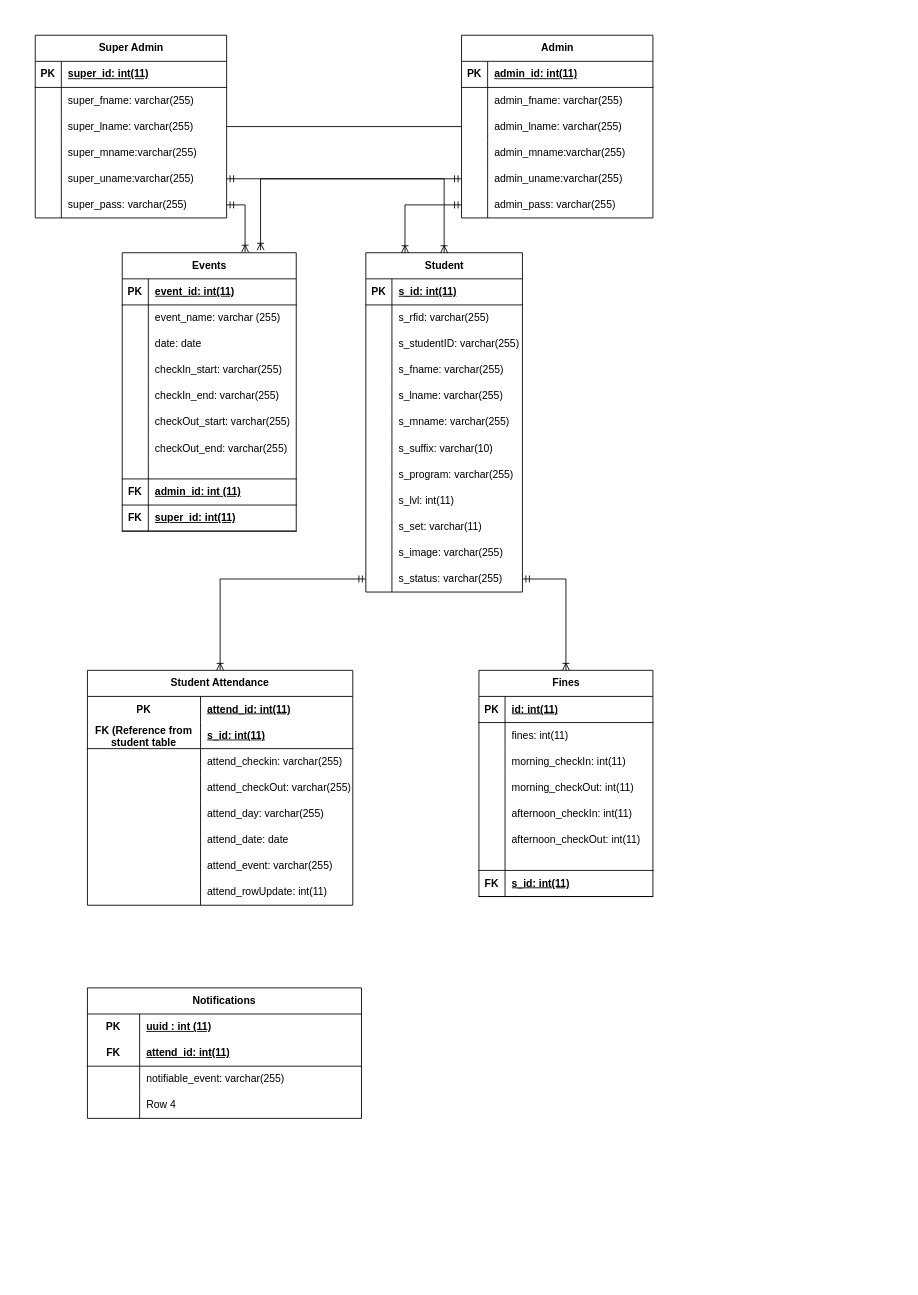
panzerweb/database_repo keeps this draw.io diagram as Attendance_System_ERD.drawio. Above is the earlier version. Source tidied: cells renumbered, new cells numbered last; positions are measured from the earlier drawing's top-left corner, leaving out a move shared by most shapes. Both pictures are drawn from the tidied source at 87%, with x=0, y=0 at pixel (35, 35).
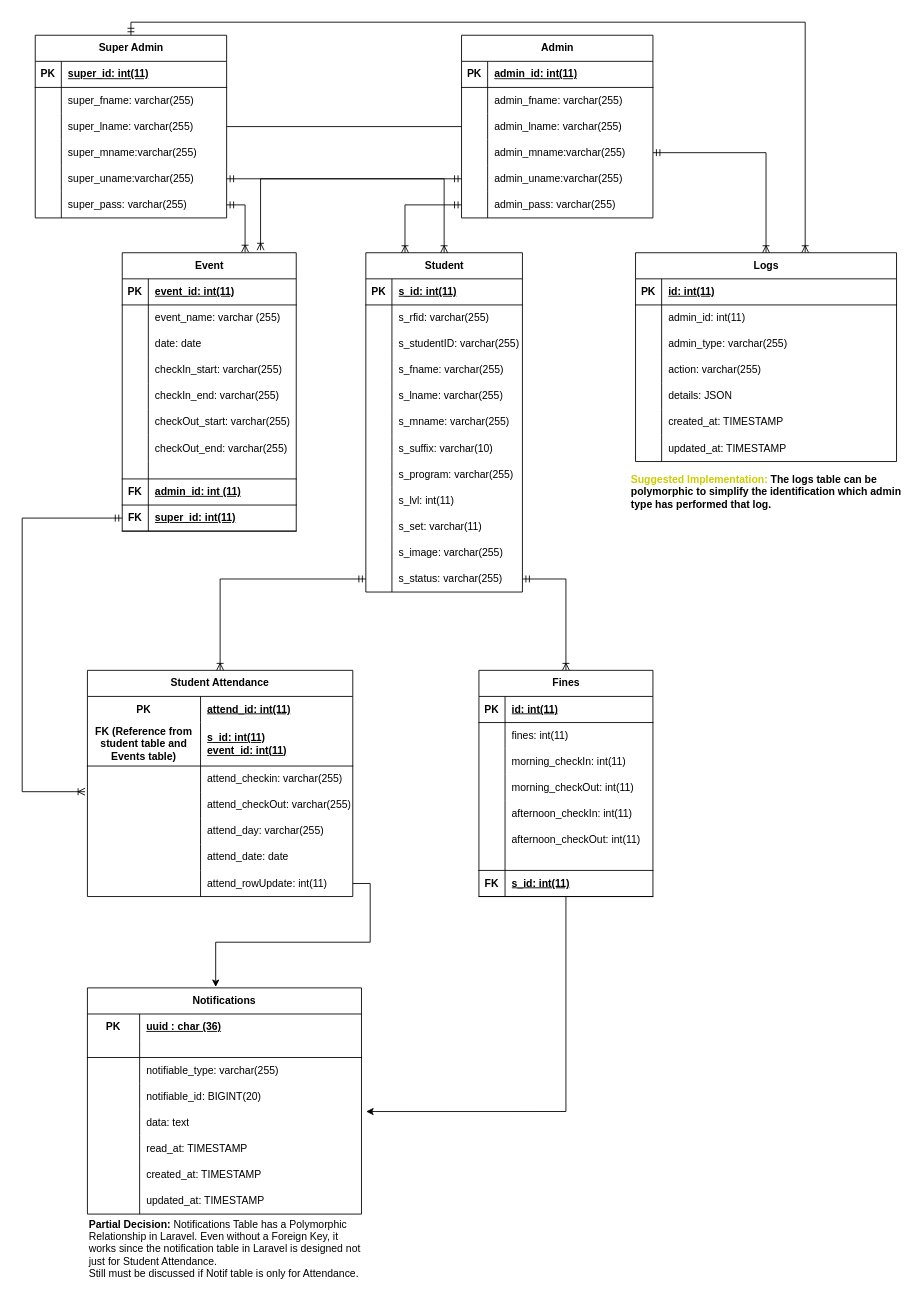
After the change.

The change refers to these unchanged cells:
```xml
<mxCell id="3" value="Super Admin" style="shape=table;startSize=30;childLayout=tableLayout;rowLines=0;fontStyle=1;align=center;html=1;" parent="1" vertex="1">
  <mxGeometry width="220" height="210" as="geometry" />
</mxCell>
<mxCell id="84" value="Fines" style="shape=table;startSize=30;childLayout=tableLayout;rowLines=0;fontStyle=1;align=center;html=1;" parent="1" vertex="1">
  <mxGeometry x="510" y="730" width="200" height="260" as="geometry" />
</mxCell>
<mxCell id="119" style="shape=tableRow;horizontal=0;startSize=0;swimlaneHead=0;swimlaneBody=0;fillColor=none;points=[[0,0.5],[1,0.5]];portConstraint=eastwest;top=0;left=0;right=0;bottom=0;" parent="109" vertex="1">
  <mxGeometry y="120" width="220" height="30" as="geometry" />
</mxCell>
<mxCell id="156" style="shape=tableRow;horizontal=0;startSize=0;swimlaneHead=0;swimlaneBody=0;fillColor=none;points=[[0,0.5],[1,0.5]];portConstraint=eastwest;top=0;left=0;right=0;bottom=1;" parent="128" vertex="1">
  <mxGeometry y="290" width="200" height="30" as="geometry" />
</mxCell>
<mxCell id="166" style="shape=tableRow;horizontal=0;startSize=0;swimlaneHead=0;swimlaneBody=0;fillColor=none;top=0;left=0;right=0;bottom=0;html=1;" parent="165" vertex="1">
  <mxGeometry y="30" width="315" height="30" as="geometry" />
</mxCell>
```

The edit, as a diff of the source:
```diff
@@
+    <mxCell id="178" style="edgeStyle=orthogonalEdgeStyle;rounded=0;jettySize=auto;html=1;startArrow=ERmandOne;startFill=0;endArrow=ERoneToMany;endFill=0;" parent="1" edge="1" source="3" target="193">
+      <mxGeometry relative="1" as="geometry">
+        <Array as="points">
+          <mxPoint x="110" y="-15" />
+          <mxPoint x="885" y="-15" />
+        </Array>
+      </mxGeometry>
+    </mxCell>
@@
     <mxCell id="59" value="Student Attendance" style="shape=table;startSize=30;childLayout=tableLayout;rowLines=0;fontStyle=1;align=center;html=1;whiteSpace=wrap;" parent="1" vertex="1">
-      <mxGeometry x="60" y="730" width="305" height="270" as="geometry" />
+      <mxGeometry x="60" y="730" width="305" height="260" as="geometry" />
     </mxCell>
@@
     <mxCell id="63" style="shape=tableRow;horizontal=0;startSize=0;swimlaneHead=0;swimlaneBody=0;fillColor=none;top=0;left=0;right=0;bottom=1;html=1;" parent="59" vertex="1">
-      <mxGeometry y="60" width="305" height="30" as="geometry" />
+      <mxGeometry y="60" width="305" height="50" as="geometry" />
     </mxCell>
-    <mxCell id="64" value="FK (Reference from student table" style="shape=partialRectangle;fillColor=none;top=0;left=0;bottom=0;right=0;fontStyle=1;overflow=hidden;html=1;whiteSpace=wrap;" parent="63" vertex="1">
-      <mxGeometry width="130" height="30" as="geometry" />
+    <mxCell id="64" value="FK (Reference from student table and Events table)" style="shape=partialRectangle;fillColor=none;top=0;left=0;bottom=0;right=0;fontStyle=1;overflow=hidden;html=1;whiteSpace=wrap;" parent="63" vertex="1">
+      <mxGeometry width="130" height="50" as="geometry" />
     </mxCell>
-    <mxCell id="65" value="s_id: int(11)" style="shape=partialRectangle;fillColor=none;top=0;left=0;bottom=0;right=0;align=left;spacingLeft=6;fontStyle=5;overflow=hidden;html=1;whiteSpace=wrap;" parent="63" vertex="1">
-      <mxGeometry x="130" width="175" height="30" as="geometry" />
+    <mxCell id="65" value="s_id: int(11)&lt;div&gt;event_id: int(11)&lt;/div&gt;" style="shape=partialRectangle;fillColor=none;top=0;left=0;bottom=0;right=0;align=left;spacingLeft=6;fontStyle=5;overflow=hidden;html=1;whiteSpace=wrap;" parent="63" vertex="1">
+      <mxGeometry x="130" width="175" height="50" as="geometry" />
     </mxCell>
     <mxCell id="66" style="shape=tableRow;horizontal=0;startSize=0;swimlaneHead=0;swimlaneBody=0;fillColor=none;top=0;left=0;right=0;bottom=0;html=1;" parent="59" vertex="1">
-      <mxGeometry y="90" width="305" height="30" as="geometry" />
+      <mxGeometry y="110" width="305" height="30" as="geometry" />
     </mxCell>
@@
     <mxCell id="69" style="shape=tableRow;horizontal=0;startSize=0;swimlaneHead=0;swimlaneBody=0;fillColor=none;points=[[0,0.5],[1,0.5]];portConstraint=eastwest;top=0;left=0;right=0;bottom=0;html=1;" parent="59" vertex="1">
-      <mxGeometry y="120" width="305" height="30" as="geometry" />
+      <mxGeometry y="140" width="305" height="30" as="geometry" />
     </mxCell>
@@
     <mxCell id="72" style="shape=tableRow;horizontal=0;startSize=0;swimlaneHead=0;swimlaneBody=0;fillColor=none;top=0;left=0;right=0;bottom=0;html=1;" parent="59" vertex="1">
-      <mxGeometry y="150" width="305" height="30" as="geometry" />
+      <mxGeometry y="170" width="305" height="30" as="geometry" />
     </mxCell>
@@
     <mxCell id="75" style="shape=tableRow;horizontal=0;startSize=0;swimlaneHead=0;swimlaneBody=0;fillColor=none;top=0;left=0;right=0;bottom=0;html=1;" parent="59" vertex="1">
-      <mxGeometry y="180" width="305" height="30" as="geometry" />
+      <mxGeometry y="200" width="305" height="30" as="geometry" />
     </mxCell>
@@
-    <mxCell id="78" style="shape=tableRow;horizontal=0;startSize=0;swimlaneHead=0;swimlaneBody=0;fillColor=none;top=0;left=0;right=0;bottom=0;html=1;" parent="59" vertex="1">
-      <mxGeometry y="210" width="305" height="30" as="geometry" />
-    </mxCell>
-    <mxCell id="79" style="shape=partialRectangle;fillColor=none;top=0;left=0;bottom=0;right=0;overflow=hidden;html=1;whiteSpace=wrap;" parent="78" vertex="1">
-      <mxGeometry width="130" height="30" as="geometry" />
-    </mxCell>
-    <mxCell id="80" value="attend_event: varchar(255)" style="shape=partialRectangle;fillColor=none;top=0;left=0;bottom=0;right=0;align=left;spacingLeft=6;overflow=hidden;html=1;whiteSpace=wrap;" parent="78" vertex="1">
-      <mxGeometry x="130" width="175" height="30" as="geometry" />
-    </mxCell>
     <mxCell id="81" style="shape=tableRow;horizontal=0;startSize=0;swimlaneHead=0;swimlaneBody=0;fillColor=none;points=[[0,0.5],[1,0.5]];portConstraint=eastwest;top=0;left=0;right=0;bottom=0;html=1;" parent="59" vertex="1">
-      <mxGeometry y="240" width="305" height="30" as="geometry" />
+      <mxGeometry y="230" width="305" height="30" as="geometry" />
     </mxCell>
@@
-    <mxCell id="128" value="Events" style="shape=table;startSize=30;childLayout=tableLayout;rowLines=0;fontStyle=1;align=center;html=1;" parent="1" vertex="1">
+    <mxCell id="128" value="Event" style="shape=table;startSize=30;childLayout=tableLayout;rowLines=0;fontStyle=1;align=center;html=1;" parent="1" vertex="1">
       <mxGeometry x="100" y="250" width="200" height="320" as="geometry" />
     </mxCell>
@@
     <mxCell id="165" value="Notifications" style="shape=table;startSize=30;childLayout=tableLayout;rowLines=0;fontStyle=1;align=center;html=1;whiteSpace=wrap;" parent="1" vertex="1">
-      <mxGeometry x="60" y="1095" width="315" height="150" as="geometry" />
+      <mxGeometry x="60" y="1095" width="315" height="260" as="geometry" />
     </mxCell>
@@
-    <mxCell id="168" value="uuid : int (11)" style="shape=partialRectangle;fillColor=none;top=0;left=0;bottom=0;right=0;align=left;spacingLeft=6;fontStyle=5;overflow=hidden;html=1;whiteSpace=wrap;" parent="166" vertex="1">
+    <mxCell id="168" value="uuid : char (36)" style="shape=partialRectangle;fillColor=none;top=0;left=0;bottom=0;right=0;align=left;spacingLeft=6;fontStyle=5;overflow=hidden;html=1;whiteSpace=wrap;" parent="166" vertex="1">
       <mxGeometry x="60" width="255" height="30" as="geometry" />
     </mxCell>
     <mxCell id="169" style="shape=tableRow;horizontal=0;startSize=0;swimlaneHead=0;swimlaneBody=0;fillColor=none;top=0;left=0;right=0;bottom=1;html=1;" parent="165" vertex="1">
-      <mxGeometry y="60" width="315" height="30" as="geometry" />
+      <mxGeometry y="60" width="315" height="20" as="geometry" />
     </mxCell>
-    <mxCell id="170" value="FK" style="shape=partialRectangle;fillColor=none;top=0;left=0;bottom=0;right=0;fontStyle=1;overflow=hidden;html=1;whiteSpace=wrap;" parent="169" vertex="1">
-      <mxGeometry width="60" height="30" as="geometry" />
+    <mxCell id="170" style="shape=partialRectangle;fillColor=none;top=0;left=0;bottom=0;right=0;fontStyle=1;overflow=hidden;html=1;whiteSpace=wrap;" parent="169" vertex="1">
+      <mxGeometry width="60" height="20" as="geometry" />
     </mxCell>
-    <mxCell id="171" value="attend_id: int(11)" style="shape=partialRectangle;fillColor=none;top=0;left=0;bottom=0;right=0;align=left;spacingLeft=6;fontStyle=5;overflow=hidden;html=1;whiteSpace=wrap;" parent="169" vertex="1">
-      <mxGeometry x="60" width="255" height="30" as="geometry" />
+    <mxCell id="171" style="shape=partialRectangle;fillColor=none;top=0;left=0;bottom=0;right=0;align=left;spacingLeft=6;fontStyle=5;overflow=hidden;html=1;whiteSpace=wrap;" parent="169" vertex="1">
+      <mxGeometry x="60" width="255" height="20" as="geometry" />
     </mxCell>
     <mxCell id="172" style="shape=tableRow;horizontal=0;startSize=0;swimlaneHead=0;swimlaneBody=0;fillColor=none;top=0;left=0;right=0;bottom=0;html=1;" parent="165" vertex="1">
-      <mxGeometry y="90" width="315" height="30" as="geometry" />
+      <mxGeometry y="80" width="315" height="30" as="geometry" />
     </mxCell>
@@
-    <mxCell id="174" value="notifiable_event: varchar(255)" style="shape=partialRectangle;fillColor=none;top=0;left=0;bottom=0;right=0;align=left;spacingLeft=6;overflow=hidden;html=1;whiteSpace=wrap;" parent="172" vertex="1">
+    <mxCell id="174" value="notifiable_type: varchar(255)" style="shape=partialRectangle;fillColor=none;top=0;left=0;bottom=0;right=0;align=left;spacingLeft=6;overflow=hidden;html=1;whiteSpace=wrap;" parent="172" vertex="1">
       <mxGeometry x="60" width="255" height="30" as="geometry" />
     </mxCell>
     <mxCell id="175" style="shape=tableRow;horizontal=0;startSize=0;swimlaneHead=0;swimlaneBody=0;fillColor=none;top=0;left=0;right=0;bottom=0;html=1;" parent="165" vertex="1">
-      <mxGeometry y="120" width="315" height="30" as="geometry" />
+      <mxGeometry y="110" width="315" height="30" as="geometry" />
     </mxCell>
@@
-    <mxCell id="177" value="Row 4" style="shape=partialRectangle;fillColor=none;top=0;left=0;bottom=0;right=0;align=left;spacingLeft=6;overflow=hidden;html=1;whiteSpace=wrap;" parent="175" vertex="1">
+    <mxCell id="177" value="notifiable_id: BIGINT(20)" style="shape=partialRectangle;fillColor=none;top=0;left=0;bottom=0;right=0;align=left;spacingLeft=6;overflow=hidden;html=1;whiteSpace=wrap;" parent="175" vertex="1">
       <mxGeometry x="60" width="255" height="30" as="geometry" />
     </mxCell>
+    <mxCell id="179" style="shape=tableRow;horizontal=0;startSize=0;swimlaneHead=0;swimlaneBody=0;fillColor=none;points=[[0,0.5],[1,0.5]];portConstraint=eastwest;top=0;left=0;right=0;bottom=0;html=1;" parent="165" vertex="1">
+      <mxGeometry y="140" width="315" height="30" as="geometry" />
+    </mxCell>
+    <mxCell id="180" style="shape=partialRectangle;fillColor=none;top=0;left=0;bottom=0;right=0;overflow=hidden;html=1;whiteSpace=wrap;" parent="179" vertex="1">
+      <mxGeometry width="60" height="30" as="geometry" />
+    </mxCell>
+    <mxCell id="181" value="data: text" style="shape=partialRectangle;fillColor=none;top=0;left=0;bottom=0;right=0;align=left;spacingLeft=6;overflow=hidden;html=1;whiteSpace=wrap;" parent="179" vertex="1">
+      <mxGeometry x="60" width="255" height="30" as="geometry" />
+    </mxCell>
+    <mxCell id="182" style="shape=tableRow;horizontal=0;startSize=0;swimlaneHead=0;swimlaneBody=0;fillColor=none;top=0;left=0;right=0;bottom=0;html=1;" parent="165" vertex="1">
+      <mxGeometry y="170" width="315" height="30" as="geometry" />
+    </mxCell>
+    <mxCell id="183" style="shape=partialRectangle;fillColor=none;top=0;left=0;bottom=0;right=0;overflow=hidden;html=1;whiteSpace=wrap;" parent="182" vertex="1">
+      <mxGeometry width="60" height="30" as="geometry" />
+    </mxCell>
+    <mxCell id="184" value="read_at: TIMESTAMP" style="shape=partialRectangle;fillColor=none;top=0;left=0;bottom=0;right=0;align=left;spacingLeft=6;overflow=hidden;html=1;whiteSpace=wrap;" parent="182" vertex="1">
+      <mxGeometry x="60" width="255" height="30" as="geometry" />
+    </mxCell>
+    <mxCell id="185" style="shape=tableRow;horizontal=0;startSize=0;swimlaneHead=0;swimlaneBody=0;fillColor=none;top=0;left=0;right=0;bottom=0;html=1;" parent="165" vertex="1">
+      <mxGeometry y="200" width="315" height="30" as="geometry" />
+    </mxCell>
+    <mxCell id="186" style="shape=partialRectangle;fillColor=none;top=0;left=0;bottom=0;right=0;overflow=hidden;html=1;whiteSpace=wrap;" parent="185" vertex="1">
+      <mxGeometry width="60" height="30" as="geometry" />
+    </mxCell>
+    <mxCell id="187" value="created_at: TIMESTAMP" style="shape=partialRectangle;fillColor=none;top=0;left=0;bottom=0;right=0;align=left;spacingLeft=6;overflow=hidden;html=1;whiteSpace=wrap;" parent="185" vertex="1">
+      <mxGeometry x="60" width="255" height="30" as="geometry" />
+    </mxCell>
+    <mxCell id="188" style="shape=tableRow;horizontal=0;startSize=0;swimlaneHead=0;swimlaneBody=0;fillColor=none;top=0;left=0;right=0;bottom=0;html=1;" parent="165" vertex="1">
+      <mxGeometry y="230" width="315" height="30" as="geometry" />
+    </mxCell>
+    <mxCell id="189" style="shape=partialRectangle;fillColor=none;top=0;left=0;bottom=0;right=0;overflow=hidden;html=1;whiteSpace=wrap;" parent="188" vertex="1">
+      <mxGeometry width="60" height="30" as="geometry" />
+    </mxCell>
+    <mxCell id="190" value="updated_at: TIMESTAMP" style="shape=partialRectangle;fillColor=none;top=0;left=0;bottom=0;right=0;align=left;spacingLeft=6;overflow=hidden;html=1;whiteSpace=wrap;" parent="188" vertex="1">
+      <mxGeometry x="60" width="255" height="30" as="geometry" />
+    </mxCell>
+    <mxCell id="191" style="edgeStyle=orthogonalEdgeStyle;rounded=0;jettySize=auto;html=1;entryX=0.468;entryY=-0.004;entryDx=0;entryDy=0;entryPerimeter=0;" parent="1" edge="1" source="81" target="165">
+      <mxGeometry relative="1" as="geometry" />
+    </mxCell>
+    <mxCell id="192" value="&lt;b&gt;&lt;font style=&quot;color: light-dark(rgb(0, 0, 0), rgb(204, 204, 0));&quot;&gt;Partial Decision:&lt;/font&gt;&lt;/b&gt; Notifications Table has a Polymorphic Relationship in Laravel. Even without a Foreign Key, it works since the notification table in Laravel is designed not just for Student Attendance.&lt;div&gt;Still must be discussed if Notif table is only for Attendance.&lt;/div&gt;" style="text;strokeColor=none;align=left;fillColor=none;html=1;verticalAlign=middle;whiteSpace=wrap;rounded=0;" parent="1" vertex="1">
+      <mxGeometry x="60" y="1365" width="315" height="60" as="geometry" />
+    </mxCell>
+    <mxCell id="193" value="Logs" style="shape=table;startSize=30;childLayout=tableLayout;rowLines=0;fontStyle=1;align=center;html=1;" parent="1" vertex="1">
+      <mxGeometry x="690" y="250" width="300" height="240" as="geometry" />
+    </mxCell>
+    <mxCell id="194" style="shape=tableRow;horizontal=0;startSize=0;swimlaneHead=0;swimlaneBody=0;fillColor=none;top=0;left=0;right=0;bottom=1;" parent="193" vertex="1">
+      <mxGeometry y="30" width="300" height="30" as="geometry" />
+    </mxCell>
+    <mxCell id="195" value="PK" style="shape=partialRectangle;fillColor=none;top=0;left=0;bottom=0;right=0;fontStyle=1;overflow=hidden;whiteSpace=wrap;html=1;" parent="194" vertex="1">
+      <mxGeometry width="30" height="30" as="geometry" />
+    </mxCell>
+    <mxCell id="196" value="id: int(11)" style="shape=partialRectangle;fillColor=none;top=0;left=0;bottom=0;right=0;align=left;spacingLeft=6;fontStyle=5;overflow=hidden;whiteSpace=wrap;html=1;" parent="194" vertex="1">
+      <mxGeometry x="30" width="270" height="30" as="geometry" />
+    </mxCell>
+    <mxCell id="197" style="shape=tableRow;horizontal=0;startSize=0;swimlaneHead=0;swimlaneBody=0;fillColor=none;top=0;left=0;right=0;bottom=0;" parent="193" vertex="1">
+      <mxGeometry y="60" width="300" height="30" as="geometry" />
+    </mxCell>
+    <mxCell id="198" style="shape=partialRectangle;fillColor=none;top=0;left=0;bottom=0;right=0;overflow=hidden;whiteSpace=wrap;html=1;" parent="197" vertex="1">
+      <mxGeometry width="30" height="30" as="geometry" />
+    </mxCell>
+    <mxCell id="199" value="admin_id: int(11)" style="shape=partialRectangle;fillColor=none;top=0;left=0;bottom=0;right=0;align=left;spacingLeft=6;overflow=hidden;whiteSpace=wrap;html=1;" parent="197" vertex="1">
+      <mxGeometry x="30" width="270" height="30" as="geometry" />
+    </mxCell>
+    <mxCell id="200" style="shape=tableRow;horizontal=0;startSize=0;swimlaneHead=0;swimlaneBody=0;fillColor=none;top=0;left=0;right=0;bottom=0;" parent="193" vertex="1">
+      <mxGeometry y="90" width="300" height="30" as="geometry" />
+    </mxCell>
+    <mxCell id="201" style="shape=partialRectangle;fillColor=none;top=0;left=0;bottom=0;right=0;overflow=hidden;whiteSpace=wrap;html=1;" parent="200" vertex="1">
+      <mxGeometry width="30" height="30" as="geometry" />
+    </mxCell>
+    <mxCell id="202" value="admin_type: varchar(255)" style="shape=partialRectangle;fillColor=none;top=0;left=0;bottom=0;right=0;align=left;spacingLeft=6;overflow=hidden;whiteSpace=wrap;html=1;" parent="200" vertex="1">
+      <mxGeometry x="30" width="270" height="30" as="geometry" />
+    </mxCell>
+    <mxCell id="203" style="shape=tableRow;horizontal=0;startSize=0;swimlaneHead=0;swimlaneBody=0;fillColor=none;top=0;left=0;right=0;bottom=0;" parent="193" vertex="1">
+      <mxGeometry y="120" width="300" height="30" as="geometry" />
+    </mxCell>
+    <mxCell id="204" style="shape=partialRectangle;fillColor=none;top=0;left=0;bottom=0;right=0;overflow=hidden;whiteSpace=wrap;html=1;" parent="203" vertex="1">
+      <mxGeometry width="30" height="30" as="geometry" />
+    </mxCell>
+    <mxCell id="205" value="action: varchar(255)" style="shape=partialRectangle;fillColor=none;top=0;left=0;bottom=0;right=0;align=left;spacingLeft=6;overflow=hidden;whiteSpace=wrap;html=1;" parent="203" vertex="1">
+      <mxGeometry x="30" width="270" height="30" as="geometry" />
+    </mxCell>
+    <mxCell id="206" style="shape=tableRow;horizontal=0;startSize=0;swimlaneHead=0;swimlaneBody=0;fillColor=none;top=0;left=0;right=0;bottom=0;" parent="193" vertex="1">
+      <mxGeometry y="150" width="300" height="30" as="geometry" />
+    </mxCell>
+    <mxCell id="207" style="shape=partialRectangle;fillColor=none;top=0;left=0;bottom=0;right=0;overflow=hidden;whiteSpace=wrap;html=1;" parent="206" vertex="1">
+      <mxGeometry width="30" height="30" as="geometry" />
+    </mxCell>
+    <mxCell id="208" value="details: JSON" style="shape=partialRectangle;fillColor=none;top=0;left=0;bottom=0;right=0;align=left;spacingLeft=6;overflow=hidden;whiteSpace=wrap;html=1;" parent="206" vertex="1">
+      <mxGeometry x="30" width="270" height="30" as="geometry" />
+    </mxCell>
+    <mxCell id="209" style="shape=tableRow;horizontal=0;startSize=0;swimlaneHead=0;swimlaneBody=0;fillColor=none;top=0;left=0;right=0;bottom=0;" parent="193" vertex="1">
+      <mxGeometry y="180" width="300" height="30" as="geometry" />
+    </mxCell>
+    <mxCell id="210" style="shape=partialRectangle;fillColor=none;top=0;left=0;bottom=0;right=0;overflow=hidden;whiteSpace=wrap;html=1;" parent="209" vertex="1">
+      <mxGeometry width="30" height="30" as="geometry" />
+    </mxCell>
+    <mxCell id="211" value="created_at: TIMESTAMP" style="shape=partialRectangle;fillColor=none;top=0;left=0;bottom=0;right=0;align=left;spacingLeft=6;overflow=hidden;whiteSpace=wrap;html=1;" parent="209" vertex="1">
+      <mxGeometry x="30" width="270" height="30" as="geometry" />
+    </mxCell>
+    <mxCell id="212" style="shape=tableRow;horizontal=0;startSize=0;swimlaneHead=0;swimlaneBody=0;fillColor=none;top=0;left=0;right=0;bottom=0;" parent="193" vertex="1">
+      <mxGeometry y="210" width="300" height="30" as="geometry" />
+    </mxCell>
+    <mxCell id="213" style="shape=partialRectangle;fillColor=none;top=0;left=0;bottom=0;right=0;overflow=hidden;whiteSpace=wrap;html=1;" parent="212" vertex="1">
+      <mxGeometry width="30" height="30" as="geometry" />
+    </mxCell>
+    <mxCell id="214" value="updated_at: TIMESTAMP" style="shape=partialRectangle;fillColor=none;top=0;left=0;bottom=0;right=0;align=left;spacingLeft=6;overflow=hidden;whiteSpace=wrap;html=1;" parent="212" vertex="1">
+      <mxGeometry x="30" width="270" height="30" as="geometry" />
+    </mxCell>
+    <mxCell id="215" style="edgeStyle=orthogonalEdgeStyle;rounded=0;jettySize=auto;html=1;entryX=0.5;entryY=0;entryDx=0;entryDy=0;startArrow=ERmandOne;startFill=0;endArrow=ERoneToMany;endFill=0;" parent="1" edge="1" source="119" target="193">
+      <mxGeometry relative="1" as="geometry" />
+    </mxCell>
+    <mxCell id="216" style="edgeStyle=orthogonalEdgeStyle;rounded=0;jettySize=auto;html=1;entryX=1.017;entryY=0.071;entryDx=0;entryDy=0;entryPerimeter=0;" parent="1" edge="1" source="84" target="179">
+      <mxGeometry relative="1" as="geometry" />
+    </mxCell>
+    <mxCell id="217" value="&lt;font style=&quot;font-weight: bold; color: light-dark(rgb(204, 204, 0), rgb(204, 204, 0));&quot;&gt;Suggested Implementation:&lt;/font&gt;&lt;font style=&quot;font-weight: bold;&quot; color=&quot;#cccc00&quot;&gt; &lt;/font&gt;&lt;font style=&quot;font-weight: bold; color: light-dark(rgb(0, 0, 0), rgb(255, 255, 255));&quot;&gt;The logs table can be polymorphic to simplify the identification which admin type has performed that log.&lt;/font&gt;" style="text;strokeColor=none;align=left;fillColor=none;html=1;verticalAlign=middle;whiteSpace=wrap;rounded=0;" parent="1" vertex="1">
+      <mxGeometry x="682.5" y="495" width="315" height="60" as="geometry" />
+    </mxCell>
+    <mxCell id="218" style="edgeStyle=orthogonalEdgeStyle;rounded=0;jettySize=auto;html=1;entryX=-0.009;entryY=-0.017;entryDx=0;entryDy=0;entryPerimeter=0;startArrow=ERmandOne;startFill=0;endArrow=ERoneToMany;endFill=0;" parent="1" edge="1" source="156" target="69">
+      <mxGeometry relative="1" as="geometry">
+        <Array as="points">
+          <mxPoint x="-15" y="555" />
+          <mxPoint x="-15" y="870" />
+        </Array>
+      </mxGeometry>
+    </mxCell>
```
